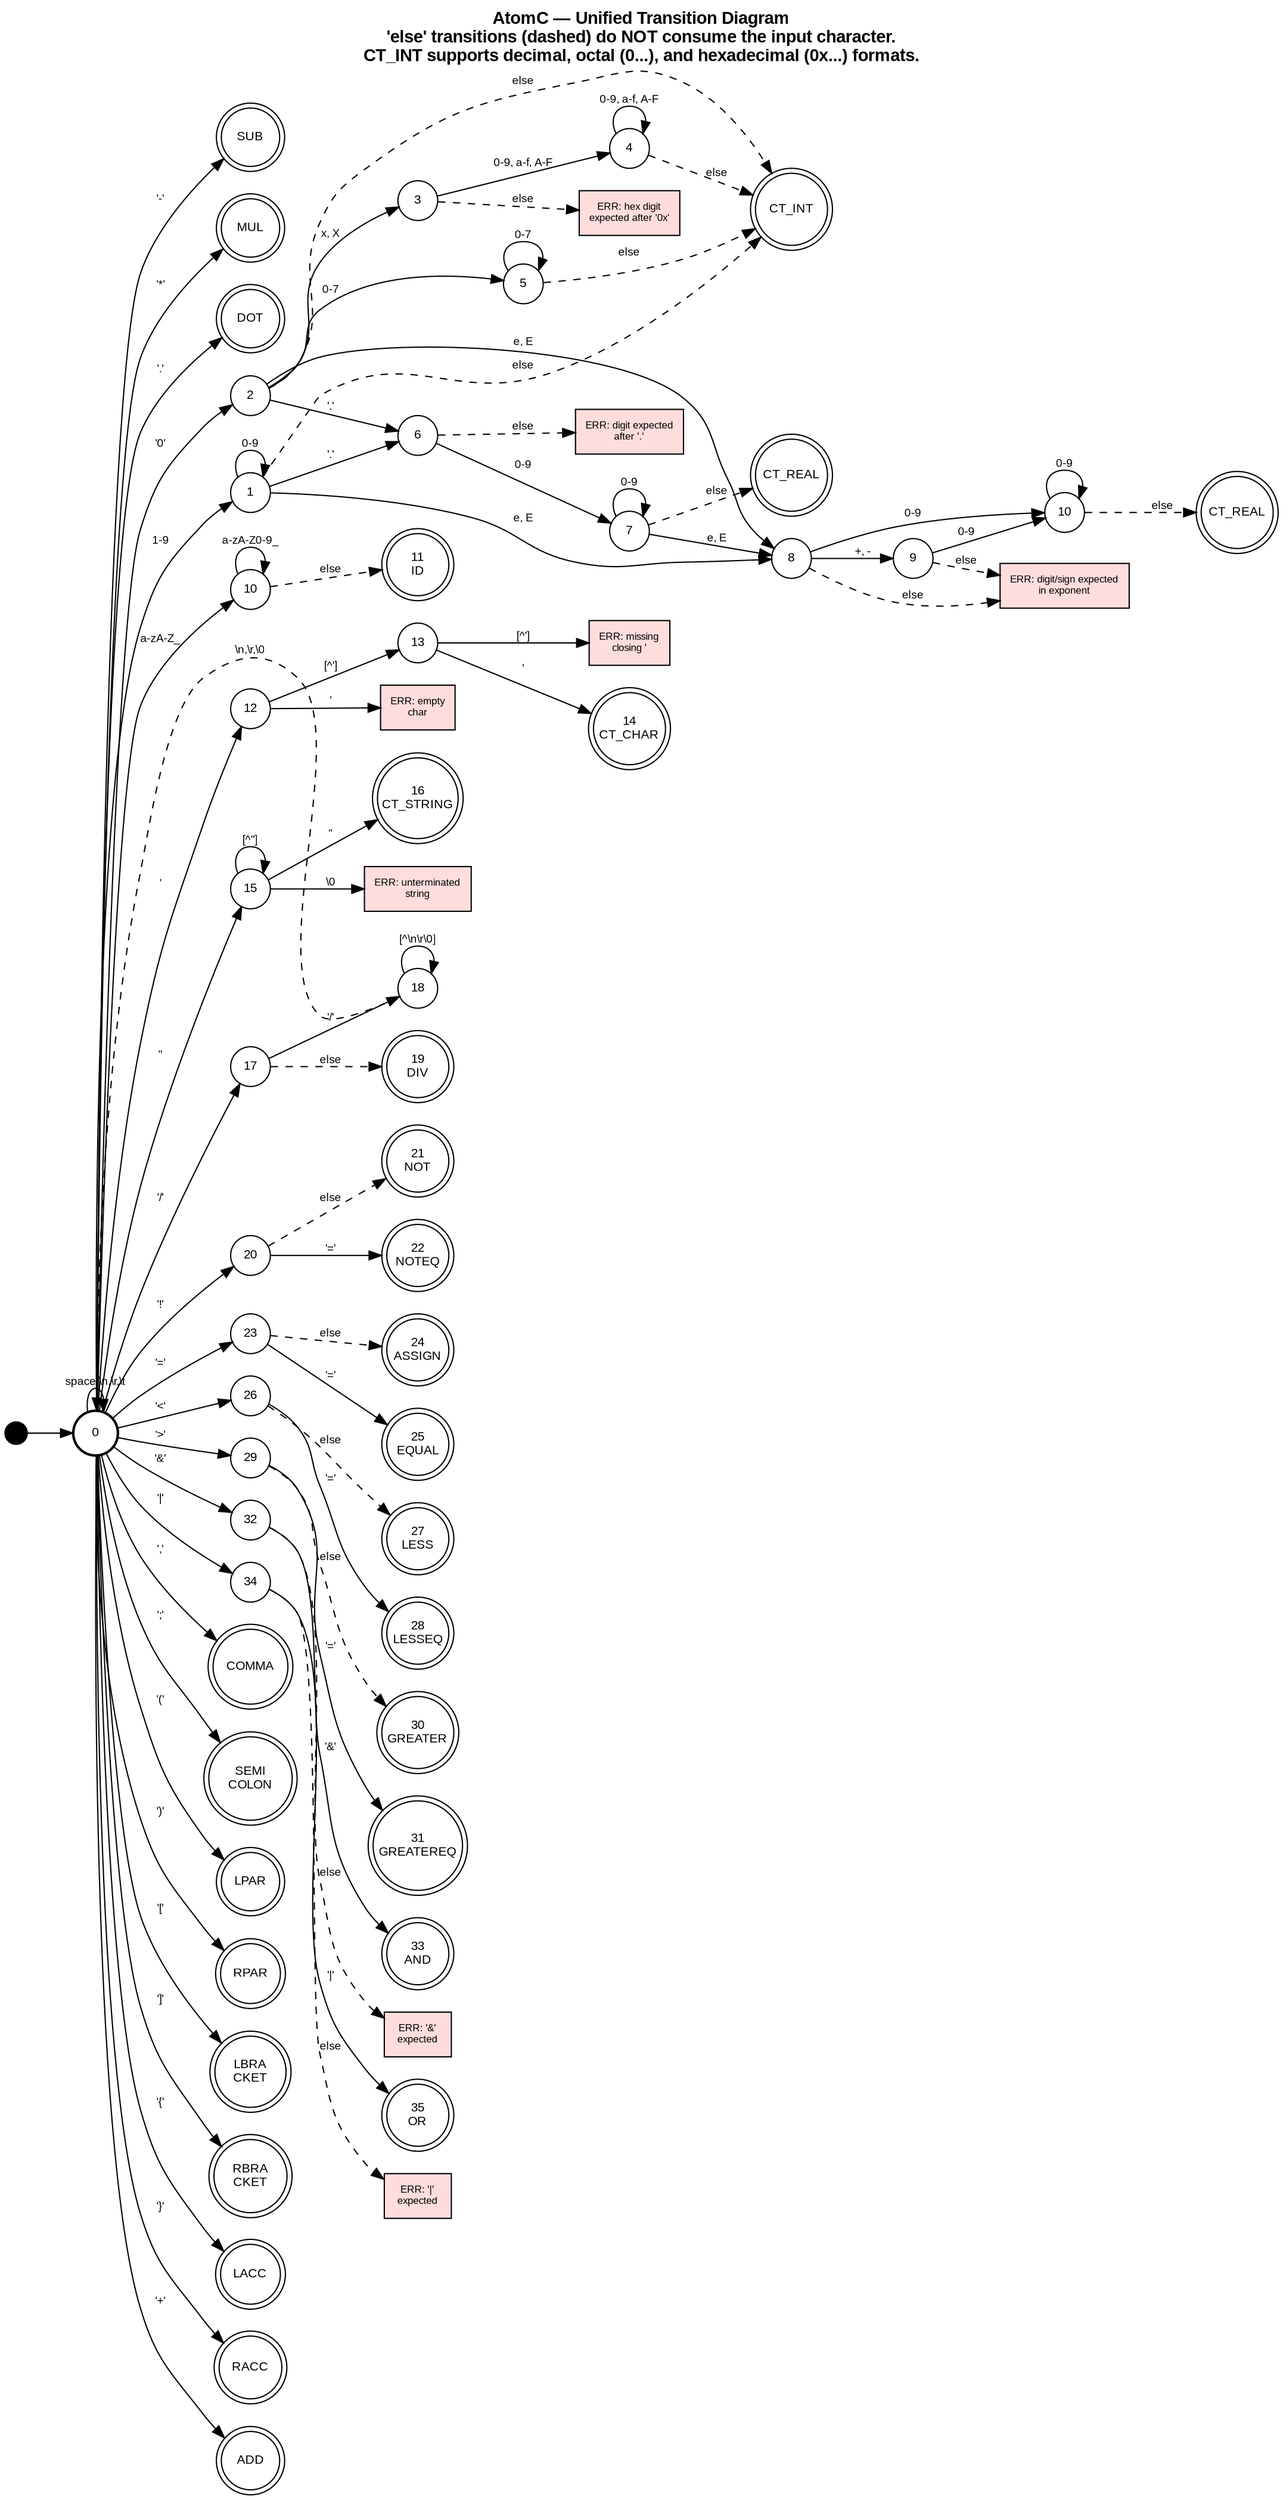
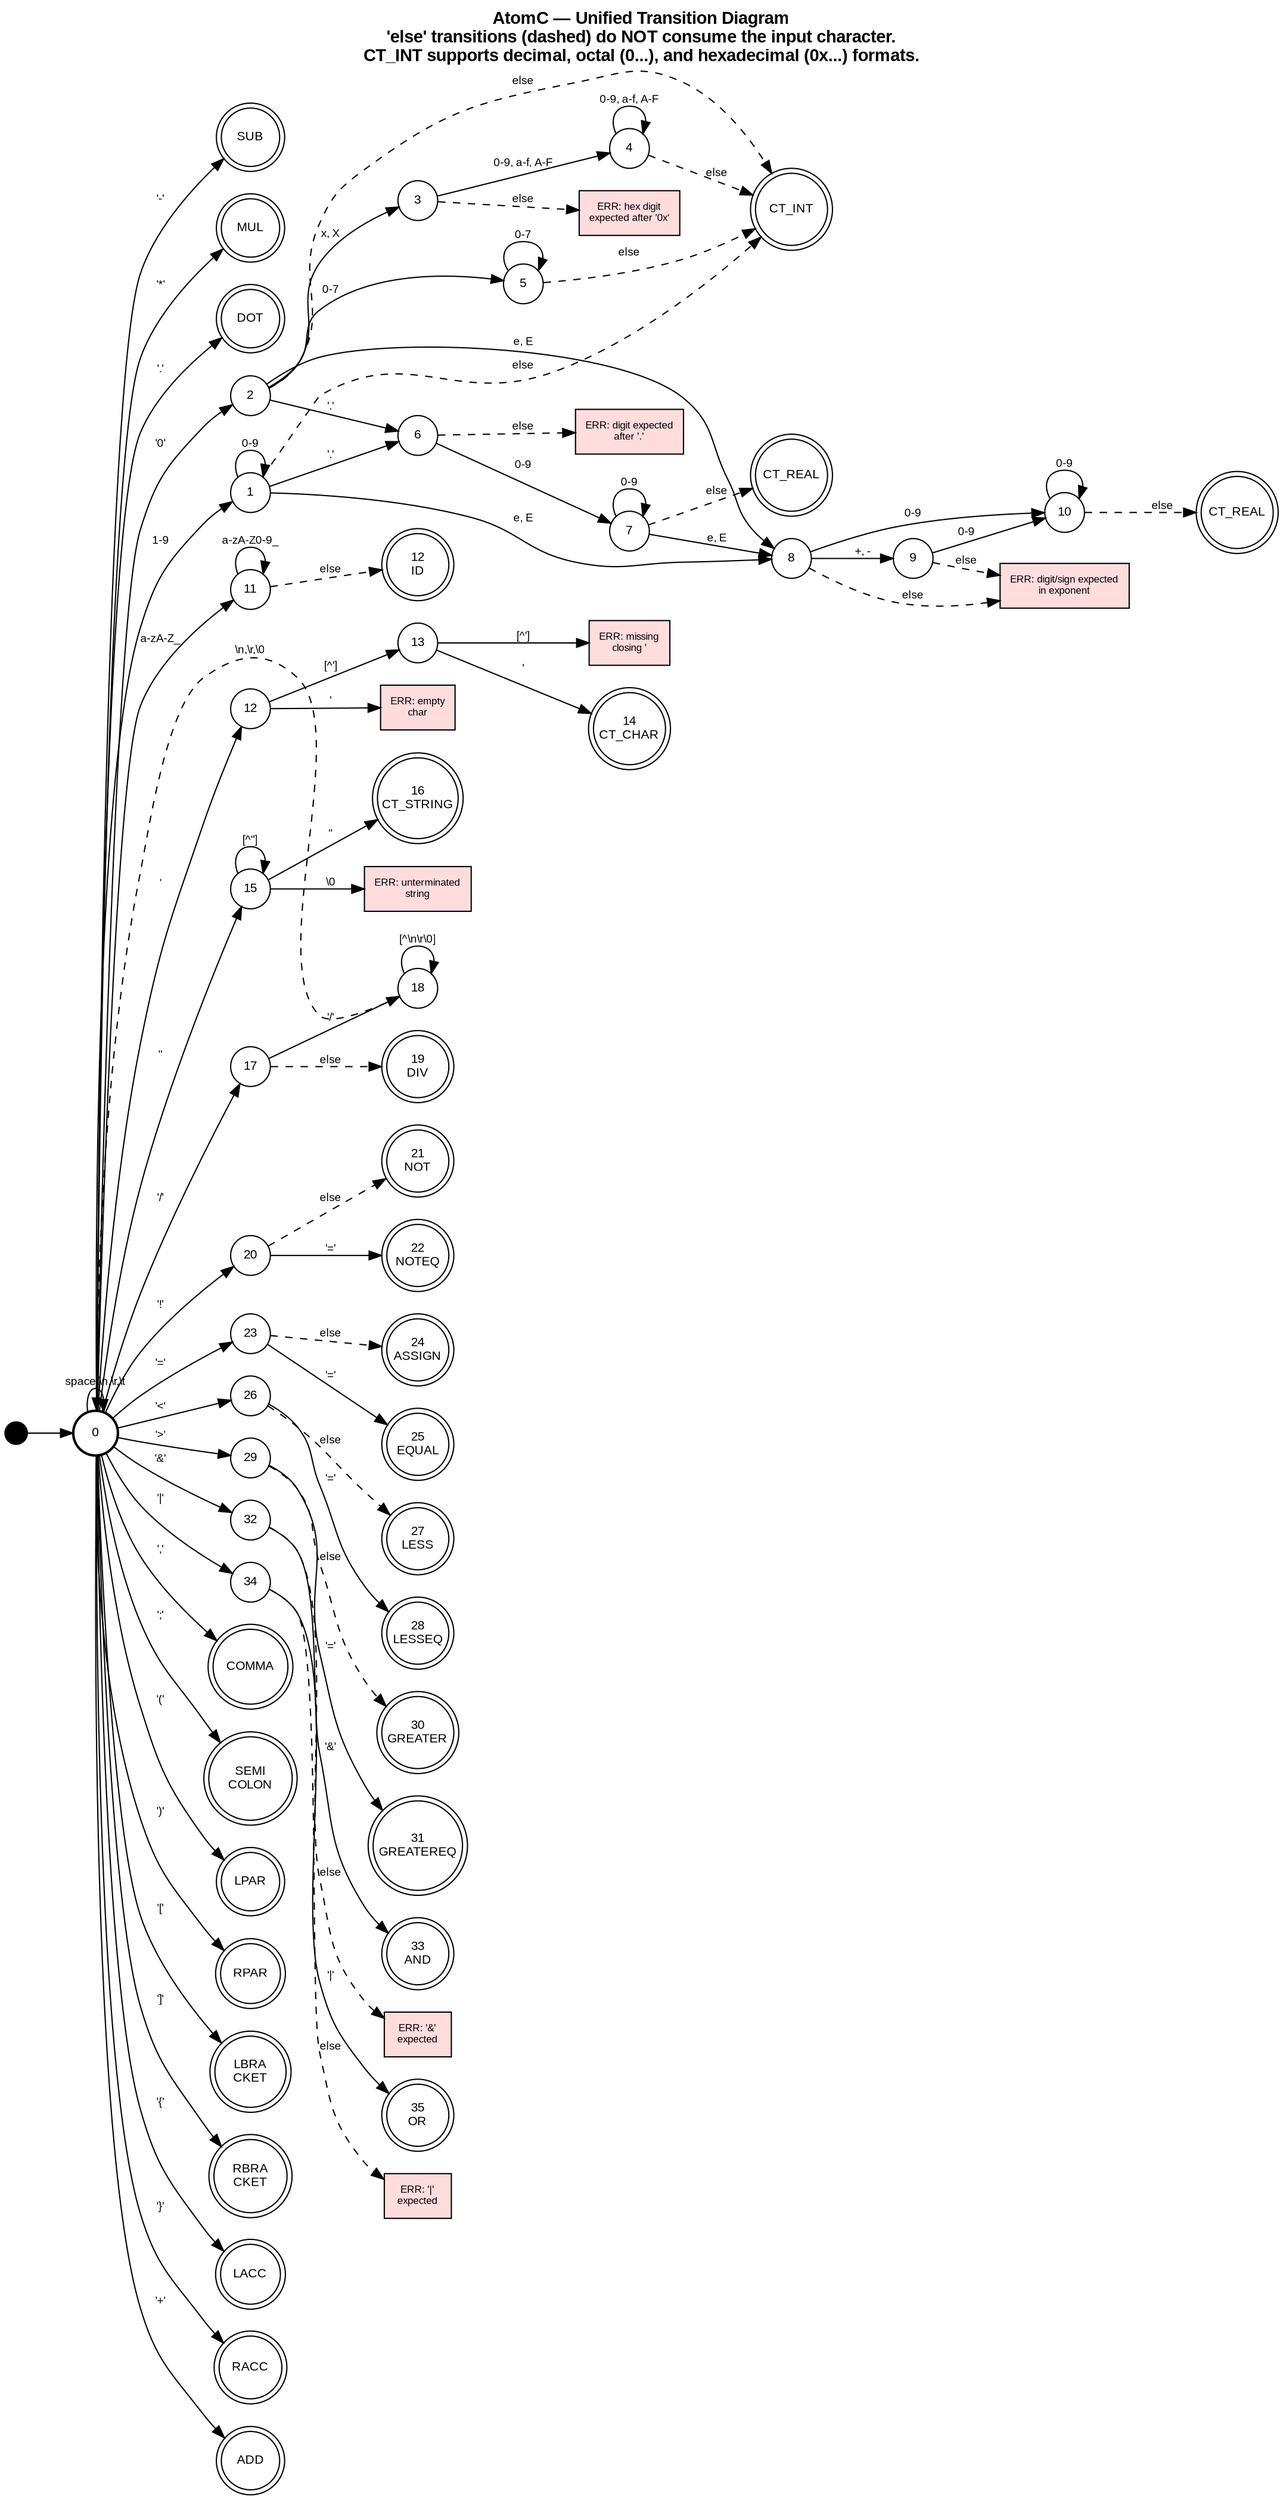
digraph AtomC_Unified_TD {
    rankdir=LR;
    bgcolor=white;
    node [fontname="Arial", fontsize=10];
    edge [fontname="Arial", fontsize=9];
    label="AtomC — Unified Transition Diagram\n'else' transitions (dashed) do NOT consume the input character.\nCT_INT supports decimal, octal (0...), and hexadecimal (0x...) formats.";
    labelloc=t;
    fontsize=14;
    fontname="Arial Bold";

    // Initial state
    start [shape=point, width=0.25];
    s0 [shape=circle, label="0", width=0.5, fixedsize=true, style=bold];
    start -> s0;

    // ── SPACE (loops on s0) ──
    s0 -> s0 [label="space,\\n,\\r,\\t"];

    // ══════════════════════════════════════
    // NUMBERS: CT_INT (dec/oct/hex) / CT_REAL
    // ══════════════════════════════════════

    // Decimal path (1-9)
    s1 [shape=circle, label="1", width=0.45, fixedsize=true];
    // Leading zero
    s2 [shape=circle, label="2", width=0.45, fixedsize=true];
    // Hex path
    s3 [shape=circle, label="3", width=0.45, fixedsize=true];
    s3h [shape=circle, label="4", width=0.45, fixedsize=true];
    // Octal path
    s4o [shape=circle, label="5", width=0.45, fixedsize=true];
    // Decimal part (after '.')
    s5 [shape=circle, label="6", width=0.45, fixedsize=true];
    s6 [shape=circle, label="7", width=0.45, fixedsize=true];
    // Exponent
    s7e [shape=circle, label="8", width=0.45, fixedsize=true];
    s8e [shape=circle, label="9", width=0.45, fixedsize=true];
    s9e [shape=circle, label="10", width=0.45, fixedsize=true];

    fINT [shape=doublecircle, label="CT_INT", width=0.8, fixedsize=true];
    fREAL1 [shape=doublecircle, label="CT_REAL", width=0.8, fixedsize=true];
    fREAL2 [shape=doublecircle, label="CT_REAL", width=0.8, fixedsize=true];
    errHex [shape=rect, label="ERR: hex digit\nexpected after '0x'", style=filled, fillcolor="#ffdddd", fontsize=8];
    errDot [shape=rect, label="ERR: digit expected\nafter '.'", style=filled, fillcolor="#ffdddd", fontsize=8];
    errExp [shape=rect, label="ERR: digit/sign expected\nin exponent", style=filled, fillcolor="#ffdddd", fontsize=8];

    // Decimal (1-9)
    s0 -> s1 [label="1-9"];
    s1 -> s1 [label="0-9"];
    s1 -> s5 [label="'.'"];
    s1 -> s7e [label="e, E"];
    s1 -> fINT [label="else", style=dashed];

    // Leading zero
    s0 -> s2 [label="'0'"];
    s2 -> s3 [label="x, X"];
    s2 -> s4o [label="0-7"];
    s2 -> s5 [label="'.'"];
    s2 -> s7e [label="e, E"];
    s2 -> fINT [label="else", style=dashed];

    // Hex
    s3 -> s3h [label="0-9, a-f, A-F"];
    s3 -> errHex [label="else", style=dashed];
    s3h -> s3h [label="0-9, a-f, A-F"];
    s3h -> fINT [label="else", style=dashed];

    // Octal
    s4o -> s4o [label="0-7"];
    s4o -> fINT [label="else", style=dashed];

    // Decimal part
    s5 -> s6 [label="0-9"];
    s5 -> errDot [label="else", style=dashed];
    s6 -> s6 [label="0-9"];
    s6 -> s7e [label="e, E"];
    s6 -> fREAL1 [label="else", style=dashed];

    // Exponent
    s7e -> s8e [label="+, -"];
    s7e -> s9e [label="0-9"];
    s7e -> errExp [label="else", style=dashed];
    s8e -> s9e [label="0-9"];
    s8e -> errExp [label="else", style=dashed];
    s9e -> s9e [label="0-9"];
    s9e -> fREAL2 [label="else", style=dashed];

    // ══════════════════════════════════════
    // ID
    // ══════════════════════════════════════
-     s10 [shape=circle, label="10", width=0.45, fixedsize=true];
-     fID [shape=doublecircle, label="11\nID", width=0.7, fixedsize=true];
+     s10 [shape=circle, label="11", width=0.45, fixedsize=true];
+     fID [shape=doublecircle, label="12\nID", width=0.7, fixedsize=true];

    s0 -> s10 [label="a-zA-Z_"];
    s10 -> s10 [label="a-zA-Z0-9_"];
    s10 -> fID [label="else", style=dashed];

    // ══════════════════════════════════════
    // CT_CHAR
    // ══════════════════════════════════════
    s12 [shape=circle, label="12", width=0.45, fixedsize=true];
    s13 [shape=circle, label="13", width=0.45, fixedsize=true];
    fCHAR [shape=doublecircle, label="14\nCT_CHAR", width=0.8, fixedsize=true];
    errCharEmpty [shape=rect, label="ERR: empty\nchar", style=filled, fillcolor="#ffdddd", fontsize=8];
    errCharClose [shape=rect, label="ERR: missing\nclosing '", style=filled, fillcolor="#ffdddd", fontsize=8];

    s0 -> s12 [label="'"];
    s12 -> s13 [label="[^']"];
    s12 -> errCharEmpty [label="'"];
    s13 -> fCHAR [label="'"];
    s13 -> errCharClose [label="[^']"];

    // ══════════════════════════════════════
    // CT_STRING
    // ══════════════════════════════════════
    s15 [shape=circle, label="15", width=0.45, fixedsize=true];
    fSTR [shape=doublecircle, label="16\nCT_STRING", width=0.9, fixedsize=true];
    errStr [shape=rect, label="ERR: unterminated\nstring", style=filled, fillcolor="#ffdddd", fontsize=8];

    s0 -> s15 [label="\""];
    s15 -> s15 [label="[^\"]"];
    s15 -> fSTR [label="\""];
    s15 -> errStr [label="\\0"];

    // ══════════════════════════════════════
    // DIV / LINECOMMENT
    // ══════════════════════════════════════
    s17 [shape=circle, label="17", width=0.45, fixedsize=true];
    s18 [shape=circle, label="18", width=0.45, fixedsize=true];
    fDIV [shape=doublecircle, label="19\nDIV", width=0.7, fixedsize=true];

    s0 -> s17 [label="'/'"];
    s17 -> s18 [label="'/'"];
    s17 -> fDIV [label="else", style=dashed];
    s18 -> s18 [label="[^\\n\\r\\0]"];
    s18 -> s0 [label="\\n,\\r,\\0", style=dashed, constraint=false];

    // ══════════════════════════════════════
    // NOT / NOTEQ
    // ══════════════════════════════════════
    s20 [shape=circle, label="20", width=0.45, fixedsize=true];
    fNOT [shape=doublecircle, label="21\nNOT", width=0.7, fixedsize=true];
    fNOTEQ [shape=doublecircle, label="22\nNOTEQ", width=0.7, fixedsize=true];

    s0 -> s20 [label="'!'"];
    s20 -> fNOTEQ [label="'='"];
    s20 -> fNOT [label="else", style=dashed];

    // ══════════════════════════════════════
    // ASSIGN / EQUAL
    // ══════════════════════════════════════
    s23 [shape=circle, label="23", width=0.45, fixedsize=true];
    fASSIGN [shape=doublecircle, label="24\nASSIGN", width=0.7, fixedsize=true];
    fEQUAL [shape=doublecircle, label="25\nEQUAL", width=0.7, fixedsize=true];

    s0 -> s23 [label="'='"];
    s23 -> fEQUAL [label="'='"];
    s23 -> fASSIGN [label="else", style=dashed];

    // ══════════════════════════════════════
    // LESS / LESSEQ
    // ══════════════════════════════════════
    s26 [shape=circle, label="26", width=0.45, fixedsize=true];
    fLESS [shape=doublecircle, label="27\nLESS", width=0.7, fixedsize=true];
    fLESSEQ [shape=doublecircle, label="28\nLESSEQ", width=0.7, fixedsize=true];

    s0 -> s26 [label="'<'"];
    s26 -> fLESSEQ [label="'='"];
    s26 -> fLESS [label="else", style=dashed];

    // ══════════════════════════════════════
    // GREATER / GREATEREQ
    // ══════════════════════════════════════
    s29 [shape=circle, label="29", width=0.45, fixedsize=true];
    fGREATER [shape=doublecircle, label="30\nGREATER", width=0.8, fixedsize=true];
    fGREATEREQ [shape=doublecircle, label="31\nGREATEREQ", width=1.0, fixedsize=true];

    s0 -> s29 [label="'>'"];
    s29 -> fGREATEREQ [label="'='"];
    s29 -> fGREATER [label="else", style=dashed];

    // ══════════════════════════════════════
    // AND
    // ══════════════════════════════════════
    s32 [shape=circle, label="32", width=0.45, fixedsize=true];
    fAND [shape=doublecircle, label="33\nAND", width=0.7, fixedsize=true];
    errAND [shape=rect, label="ERR: '&'\nexpected", style=filled, fillcolor="#ffdddd", fontsize=8];

    s0 -> s32 [label="'&'"];
    s32 -> fAND [label="'&'"];
    s32 -> errAND [label="else", style=dashed];

    // ══════════════════════════════════════
    // OR
    // ══════════════════════════════════════
    s34 [shape=circle, label="34", width=0.45, fixedsize=true];
    fOR [shape=doublecircle, label="35\nOR", width=0.7, fixedsize=true];
    errOR [shape=rect, label="ERR: '|'\nexpected", style=filled, fillcolor="#ffdddd", fontsize=8];

    s0 -> s34 [label="'|'"];
    s34 -> fOR [label="'|'"];
    s34 -> errOR [label="else", style=dashed];

    // ══════════════════════════════════════
    // SINGLE-CHARACTER DELIMITERS & OPERATORS
    // ══════════════════════════════════════
    fCOMMA [shape=doublecircle, label="COMMA", width=0.65];
    fSEMI [shape=doublecircle, label="SEMI\nCOLON", width=0.65];
    fLPAR [shape=doublecircle, label="LPAR", width=0.65];
    fRPAR [shape=doublecircle, label="RPAR", width=0.65];
    fLBR [shape=doublecircle, label="LBRA\nCKET", width=0.65];
    fRBR [shape=doublecircle, label="RBRA\nCKET", width=0.65];
    fLACC [shape=doublecircle, label="LACC", width=0.65];
    fRACC [shape=doublecircle, label="RACC", width=0.65];
    fADD [shape=doublecircle, label="ADD", width=0.65];
    fSUB [shape=doublecircle, label="SUB", width=0.65];
    fMUL [shape=doublecircle, label="MUL", width=0.65];
    fDOT [shape=doublecircle, label="DOT", width=0.65];

    s0 -> fCOMMA [label="','"];
    s0 -> fSEMI [label="';'"];
    s0 -> fLPAR [label="'('"];
    s0 -> fRPAR [label="')'"];
    s0 -> fLBR [label="'['"];
    s0 -> fRBR [label="']'"];
    s0 -> fLACC [label="'{'"];
    s0 -> fRACC [label="'}'"];
    s0 -> fADD [label="'+'"];
    s0 -> fSUB [label="'-'"];
    s0 -> fMUL [label="'*'"];
    s0 -> fDOT [label="'.'"];
}
